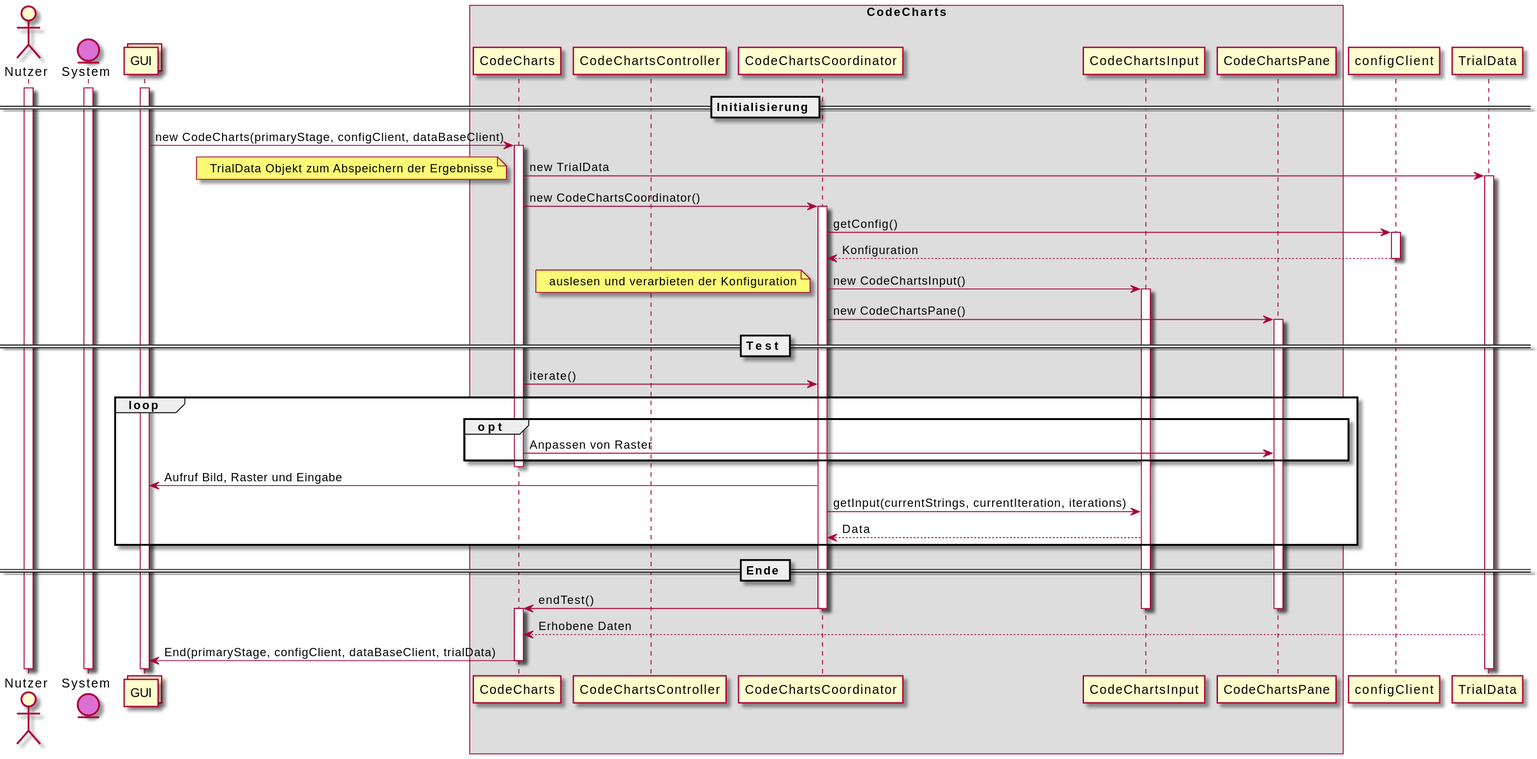
Before: uml-sequence/codecharts/sequenz-codecharts.svg, a diagram exported from PlantUML (weichware-10/dokumente).
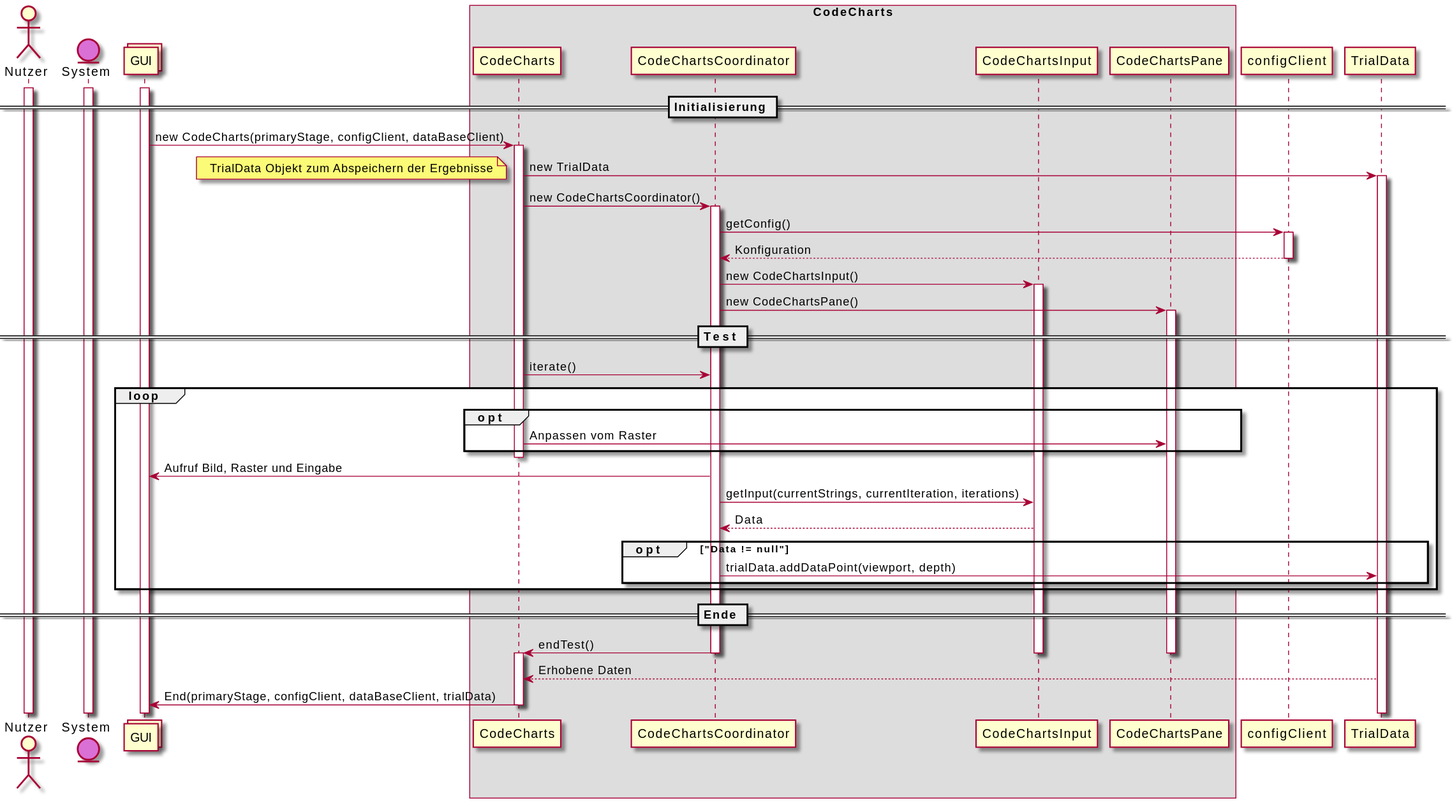
After the commit.

Commit message:
[chore] rendered SVGs

The edit, as a diff of the source:
```diff
@@ -8,7 +8,6 @@
 box CodeCharts
 
 participant CodeCharts              as cc
-participant CodeChartsController    as ct
 participant CodeChartsCoordinator   as co
 participant CodeChartsInput         as ci
 participant CodeChartsPane          as cp
@@ -35,7 +34,6 @@
 deactivate c
 co -> ci : new CodeChartsInput()
 activate ci
-note left : auslesen und verarbieten der Konfiguration
 co -> cp : new CodeChartsPane()
 activate cp
 
@@ -43,13 +41,16 @@
 cc -> co : iterate()
 loop
     opt
-        cc -> cp : Anpassen von Raster
+        cc -> cp : Anpassen vom Raster
     end
     deactivate cc
     activate co
     co -> g : Aufruf Bild, Raster und Eingabe
     co -> ci : getInput(currentStrings, currentIteration, iterations)
     ci --> co : Data
+    opt "Data != null"
+        co -> td : trialData.addDataPoint(viewport, depth)
+    end
 end
 
 == Ende ==
```
